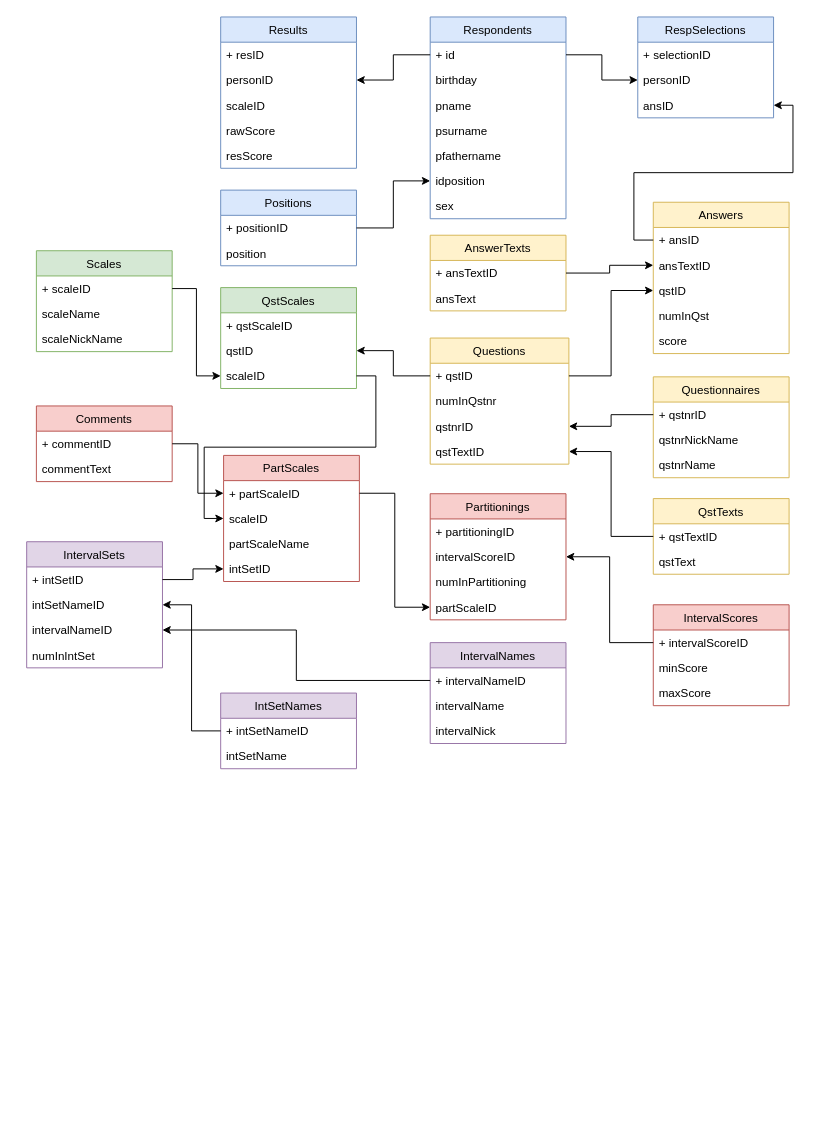
Onvember/stuff keeps this draw.io diagram as Nata Class diagram.drawio. Above is the earlier version. Source tidied: cells renumbered, new cells numbered last; positions are measured from the earlier drawing's top-left corner, leaving out a move shared by most shapes. Both pictures are drawn from the tidied source at 97%, with x=0, y=0 at pixel (26, 16).
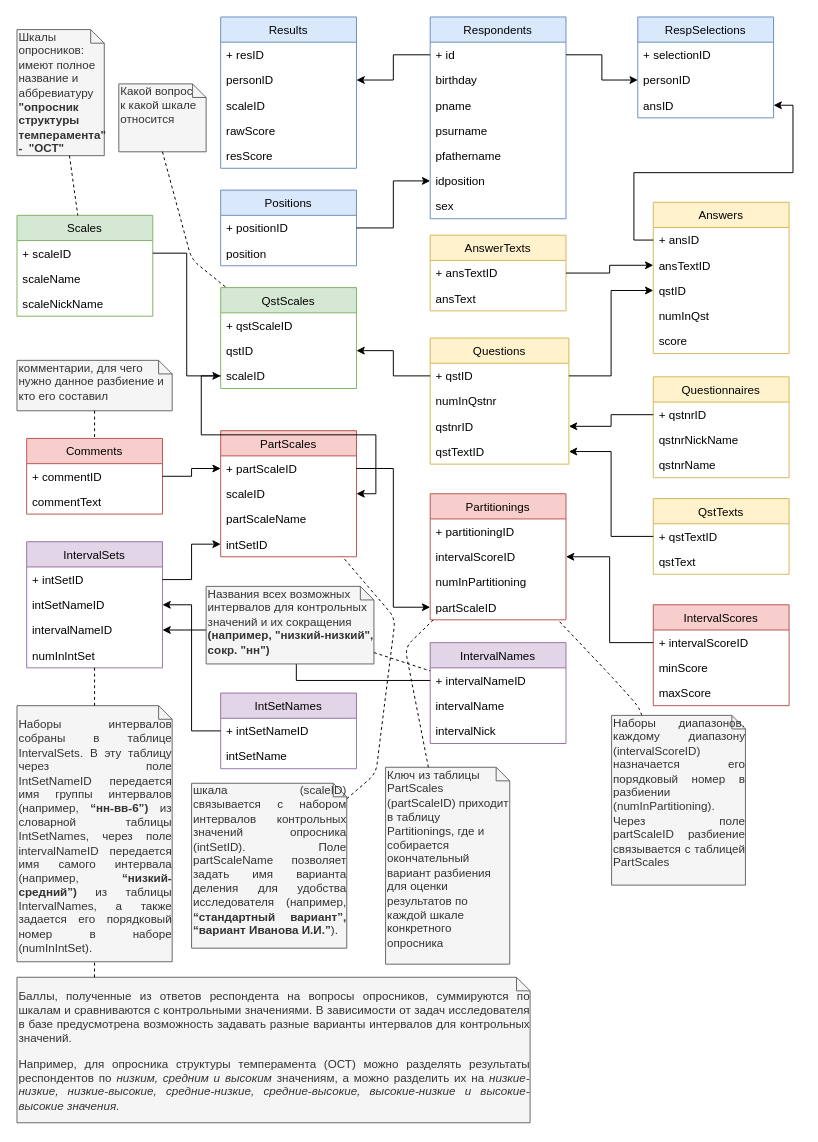
After the change.

The change refers to these unchanged cells:
```xml
<mxCell id="48" value="QstScales" style="swimlane;fontStyle=0;horizontal=1;startSize=26;fillColor=#d5e8d4;strokeColor=#82b366;" parent="1" vertex="1">
  <mxGeometry x="200" y="279" width="140" height="104" as="geometry" />
</mxCell>
<mxCell id="64" value="IntervalSets" style="swimlane;fontStyle=0;horizontal=1;startSize=26;fillColor=#e1d5e7;strokeColor=#9673a6;" parent="1" vertex="1">
  <mxGeometry y="541" width="140" height="130" as="geometry" />
</mxCell>
<mxCell id="74" value="IntervalNames" style="swimlane;fontStyle=0;horizontal=1;startSize=26;fillColor=#e1d5e7;strokeColor=#9673a6;" parent="1" vertex="1">
  <mxGeometry x="416" y="645" width="140" height="104" as="geometry" />
</mxCell>
<mxCell id="79" value="Partitionings" style="swimlane;fontStyle=0;horizontal=1;startSize=26;fillColor=#f8cecc;strokeColor=#b85450;" parent="1" vertex="1">
  <mxGeometry x="416" y="491.5" width="140" height="130" as="geometry" />
</mxCell>
```

The edit, as a diff of the source:
```diff
@@
     <mxCell id="52" value="Scales" style="swimlane;fontStyle=0;horizontal=1;startSize=26;fillColor=#d5e8d4;strokeColor=#82b366;" parent="1" vertex="1">
-      <mxGeometry x="10" y="241" width="140" height="104" as="geometry" />
+      <mxGeometry x="-10" y="204.5" width="140" height="104" as="geometry" />
     </mxCell>
@@
     <mxCell id="56" value="PartScales" style="swimlane;fontStyle=0;horizontal=1;startSize=26;fillColor=#f8cecc;strokeColor=#b85450;" parent="1" vertex="1">
-      <mxGeometry x="203" y="452" width="140" height="130" as="geometry" />
+      <mxGeometry x="200" y="426.5" width="140" height="130" as="geometry" />
     </mxCell>
@@
     <mxCell id="90" value="Comments" style="swimlane;fontStyle=0;horizontal=1;startSize=26;fillColor=#f8cecc;strokeColor=#b85450;" parent="1" vertex="1">
-      <mxGeometry x="10" y="401" width="140" height="78" as="geometry" />
+      <mxGeometry y="434.5" width="140" height="78" as="geometry" />
     </mxCell>
@@
+    <mxCell id="98" style="endArrow=none;dashed=1;html=1;" parent="1" edge="1" source="99" target="79">
+      <mxGeometry relative="1" as="geometry">
+        <Array as="points">
+          <mxPoint x="630" y="710" />
+          <mxPoint x="603" y="680" />
+        </Array>
+      </mxGeometry>
+    </mxCell>
+    <mxCell id="99" value="&lt;div style=&quot;text-align: justify&quot;&gt;&lt;span&gt;Наборы диапазонов&lt;/span&gt;&lt;span&gt;. каждому диапазону (&lt;/span&gt;&lt;span lang=&quot;EN-US&quot;&gt;intervalScoreID&lt;/span&gt;&lt;span&gt;) назначается его порядковый номер в разбиении (&lt;/span&gt;&lt;span lang=&quot;EN-US&quot;&gt;numInPartitioning&lt;/span&gt;&lt;span&gt;). Через поле &lt;/span&gt;&lt;span lang=&quot;EN-US&quot;&gt;partScaleID&amp;nbsp;&lt;/span&gt;&lt;span&gt;разбиение связывается с таблицей &lt;/span&gt;&lt;span lang=&quot;EN-US&quot;&gt;PartScales&lt;/span&gt;&lt;/div&gt;" style="shape=note;whiteSpace=wrap;html=1;size=14;verticalAlign=top;align=left;spacingTop=-6;fillColor=#f5f5f5;strokeColor=#666666;fontColor=#333333;" parent="1" vertex="1">
+      <mxGeometry x="603" y="720" width="138" height="175" as="geometry" />
+    </mxCell>
+    <mxCell id="100" value="Шкалы опросников: имеют полное название и аббревиатуру&lt;br&gt;&lt;span&gt;&lt;b&gt;&quot;опросник структуры темперамента&quot; -&amp;nbsp; &quot;ОСТ&quot;&lt;/b&gt;&lt;/span&gt;" style="shape=note;whiteSpace=wrap;html=1;size=14;verticalAlign=top;align=left;spacingTop=-6;fillColor=#f5f5f5;strokeColor=#666666;fontColor=#333333;" parent="1" vertex="1">
+      <mxGeometry x="-10" y="13" width="90" height="130" as="geometry" />
+    </mxCell>
+    <mxCell id="101" style="endArrow=none;dashed=1;html=1;" parent="1" edge="1" source="100" target="52">
+      <mxGeometry relative="1" as="geometry" />
+    </mxCell>
+    <mxCell id="102" value="Какой вопрос &lt;br&gt;к какой шкале относится" style="shape=note;whiteSpace=wrap;html=1;size=14;verticalAlign=top;align=left;spacingTop=-6;fillColor=#f5f5f5;strokeColor=#666666;fontColor=#333333;" parent="1" vertex="1">
+      <mxGeometry x="95" y="69" width="90" height="70" as="geometry" />
+    </mxCell>
+    <mxCell id="103" style="endArrow=none;dashed=1;html=1;exitX=0.5;exitY=1;exitDx=0;exitDy=0;exitPerimeter=0;" parent="1" edge="1" source="102" target="48">
+      <mxGeometry relative="1" as="geometry">
+        <Array as="points">
+          <mxPoint x="170" y="250" />
+        </Array>
+      </mxGeometry>
+    </mxCell>
+    <mxCell id="104" value="&lt;p style=&quot;text-align: justify&quot;&gt;&lt;span&gt;Баллы, полученные из ответов респондента на вопросы опросников, суммируются по шкалам и сравниваются с контрольными значениями. В зависимости от задач исследователя в базе предусмотрена возможность задавать разные варианты интервалов для контрольных значений. &lt;/span&gt;&lt;/p&gt;&lt;p style=&quot;text-align: justify&quot;&gt;Например, для опросника структуры темперамента (ОСТ) можно разделять результаты респондентов по &lt;i&gt;низким, средним и высоким&lt;/i&gt; значениям, а можно разделить их на &lt;i&gt;низкие-низкие, низкие-высокие, средние-низкие, средние-высокие, высокие-низкие и высокие-высокие значения.&amp;nbsp;&lt;/i&gt;&lt;/p&gt;" style="shape=note;whiteSpace=wrap;html=1;size=14;verticalAlign=top;align=left;spacingTop=-6;fillColor=#f5f5f5;strokeColor=#666666;fontColor=#333333;" parent="1" vertex="1">
+      <mxGeometry x="-10" y="990" width="529" height="150" as="geometry" />
+    </mxCell>
+    <mxCell id="105" value="Названия всех возможных интервалов для контрольных значений и их сокращения &lt;b&gt;(например, &quot;низкий-низкий&quot;, сокр. &quot;нн&quot;)&lt;/b&gt;" style="shape=note;whiteSpace=wrap;html=1;size=14;verticalAlign=top;align=left;spacingTop=-6;fillColor=#f5f5f5;strokeColor=#666666;fontColor=#333333;" parent="1" vertex="1">
+      <mxGeometry x="185" y="587" width="173" height="80" as="geometry" />
+    </mxCell>
+    <mxCell id="106" style="endArrow=none;dashed=1;html=1;" parent="1" edge="1" source="105" target="74">
+      <mxGeometry relative="1" as="geometry" />
+    </mxCell>
+    <mxCell id="107" value="&lt;p style=&quot;text-align: justify&quot;&gt;Наборы интервалов собраны в таблице &lt;span lang=&quot;EN-US&quot;&gt;IntervalSets&lt;/span&gt;. В эту таблицу через поле &lt;span lang=&quot;EN-US&quot;&gt;IntSetNameID&amp;nbsp;&lt;/span&gt;передается имя группы интервалов (например,&lt;b&gt; “нн-вв-6”)&lt;/b&gt; из словарной таблицы &lt;span lang=&quot;EN-US&quot;&gt;IntSetNames&lt;/span&gt;, через поле &lt;span lang=&quot;EN-US&quot;&gt;intervalNameID&amp;nbsp;&lt;/span&gt;передается имя самого интервала (например,&lt;b&gt; “низкий-средний”)&lt;/b&gt; из таблицы &lt;span lang=&quot;EN-US&quot;&gt;IntervalNames&lt;/span&gt;, а также задается его порядковый номер в наборе (&lt;span lang=&quot;EN-US&quot;&gt;numInIntSet&lt;/span&gt;).&lt;/p&gt;" style="shape=note;whiteSpace=wrap;html=1;size=14;verticalAlign=top;align=left;spacingTop=-6;fillColor=#f5f5f5;strokeColor=#666666;fontColor=#333333;" parent="1" vertex="1">
+      <mxGeometry x="-10" y="710" width="160" height="264" as="geometry" />
+    </mxCell>
+    <mxCell id="108" style="endArrow=none;dashed=1;html=1;" parent="1" edge="1" source="107" target="64">
+      <mxGeometry relative="1" as="geometry" />
+    </mxCell>
+    <mxCell id="109" value="&lt;div style=&quot;text-align: justify&quot;&gt;шкала (&lt;span lang=&quot;EN-US&quot;&gt;scaleID&lt;/span&gt;) связывается с набором интервалов контрольных значений опросника (&lt;span lang=&quot;EN-US&quot;&gt;intSetID&lt;/span&gt;). Поле &lt;span lang=&quot;EN-US&quot;&gt;partScaleName&amp;nbsp;&lt;/span&gt;позволяет задать имя варианта деления для удобства исследователя (например, &lt;b&gt;“стандартный вариант”, “вариант Иванова И.И.”&lt;/b&gt;).&lt;/div&gt;" style="shape=note;whiteSpace=wrap;html=1;size=14;verticalAlign=top;align=left;spacingTop=-6;fillColor=#f5f5f5;strokeColor=#666666;fontColor=#333333;" parent="1" vertex="1">
+      <mxGeometry x="170" y="790" width="160" height="170" as="geometry" />
+    </mxCell>
+    <mxCell id="110" style="endArrow=none;dashed=1;html=1;" parent="1" edge="1" source="109" target="56">
+      <mxGeometry relative="1" as="geometry">
+        <Array as="points">
+          <mxPoint x="360" y="780" />
+          <mxPoint x="380" y="620" />
+        </Array>
+      </mxGeometry>
+    </mxCell>
+    <mxCell id="111" value="&lt;span&gt;комментарии, для чего нужно данное разбиение и кто его составил&lt;/span&gt;" style="shape=note;whiteSpace=wrap;html=1;size=14;verticalAlign=top;align=left;spacingTop=-6;fillColor=#f5f5f5;strokeColor=#666666;fontColor=#333333;" parent="1" vertex="1">
+      <mxGeometry x="-10" y="354" width="160" height="52" as="geometry" />
+    </mxCell>
+    <mxCell id="112" style="endArrow=none;dashed=1;html=1;" parent="1" edge="1" source="111" target="90">
+      <mxGeometry relative="1" as="geometry" />
+    </mxCell>
+    <mxCell id="113" value="&lt;span&gt;Ключ из таблицы &lt;/span&gt;&lt;span lang=&quot;EN-US&quot;&gt;PartScales&amp;nbsp;&lt;br&gt;&lt;/span&gt;&lt;span&gt;(&lt;/span&gt;&lt;span lang=&quot;EN-US&quot;&gt;partScaleID&lt;/span&gt;&lt;span&gt;) приходит в таблицу &lt;/span&gt;&lt;span lang=&quot;EN-US&quot;&gt;Partitionings&lt;/span&gt;&lt;span&gt;, где и собирается окончательный вариант разбиения для оценки результатов по каждой шкале конкретного опросника&lt;/span&gt;" style="shape=note;whiteSpace=wrap;html=1;size=14;verticalAlign=top;align=left;spacingTop=-6;fillColor=#f5f5f5;strokeColor=#666666;fontColor=#333333;" parent="1" vertex="1">
+      <mxGeometry x="370" y="773.5" width="128" height="203" as="geometry" />
+    </mxCell>
+    <mxCell id="114" style="endArrow=none;dashed=1;html=1;" parent="1" edge="1" source="113" target="79">
+      <mxGeometry relative="1" as="geometry">
+        <Array as="points">
+          <mxPoint x="390" y="650" />
+        </Array>
+      </mxGeometry>
+    </mxCell>
+    <mxCell id="115" style="endArrow=none;dashed=1;html=1;entryX=0.5;entryY=1;entryDx=0;entryDy=0;entryPerimeter=0;exitX=0.151;exitY=0;exitDx=0;exitDy=0;exitPerimeter=0;" parent="1" edge="1" source="104" target="107">
+      <mxGeometry relative="1" as="geometry" />
+    </mxCell>
```
